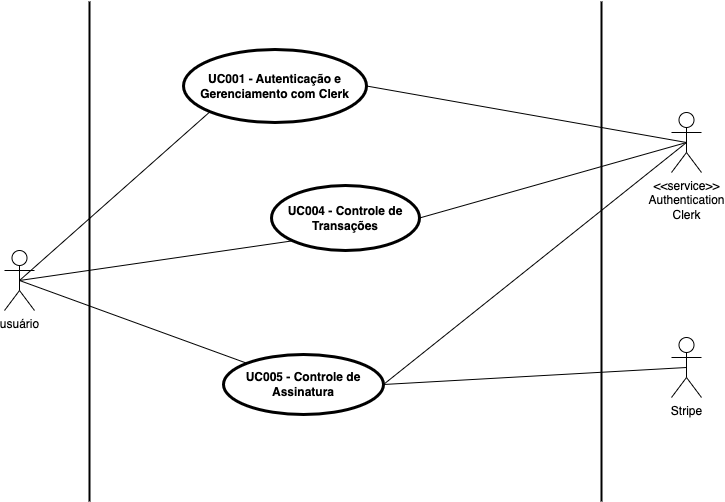
GVBP/CatolicaSC-Portfolio keeps this draw.io diagram as docs/uc_clerk_transacaoes_assinatura.png. Above is the earlier version. Source tidied: cells renumbered, new cells last; positions are measured from the earlier drawing's top-left corner, leaving out a move shared by most shapes.
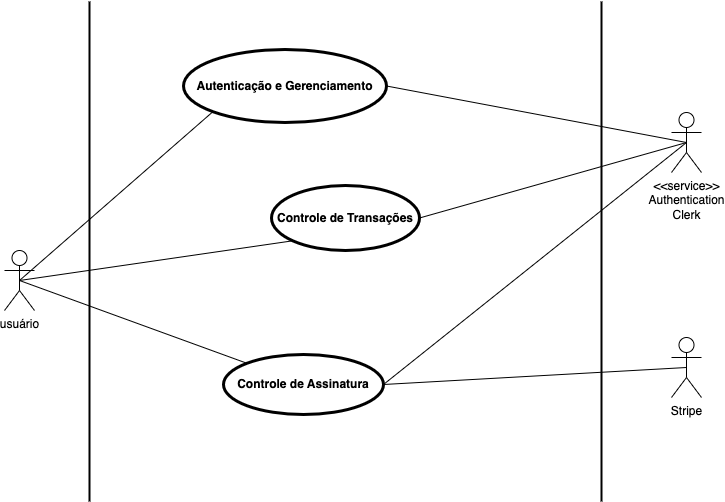
Above is the later version.

Change to the diagram source:
```diff
@@ -29,13 +29,13 @@
     <mxCell id="10" style="line;strokeWidth=2;direction=south;html=1;" parent="1" vertex="1">
       <mxGeometry x="592" width="10" height="500" as="geometry" />
     </mxCell>
-    <mxCell id="11" value="UC001 - Autenticação e Gerenciamento com Clerk" style="shape=ellipse;html=1;strokeWidth=3;fontStyle=1;whiteSpace=wrap;align=center;perimeter=ellipsePerimeter;" parent="1" vertex="1">
-      <mxGeometry x="179" y="48" width="183" height="73" as="geometry" />
+    <mxCell id="11" value="Autenticação e Gerenciamento" style="shape=ellipse;html=1;strokeWidth=3;fontStyle=1;whiteSpace=wrap;align=center;perimeter=ellipsePerimeter;" parent="1" vertex="1">
+      <mxGeometry x="179" y="48" width="203" height="73" as="geometry" />
     </mxCell>
-    <mxCell id="12" value="UC004 - Controle de Transações" style="shape=ellipse;html=1;strokeWidth=3;fontStyle=1;whiteSpace=wrap;align=center;perimeter=ellipsePerimeter;" parent="1" vertex="1">
+    <mxCell id="12" value="Controle de Transações" style="shape=ellipse;html=1;strokeWidth=3;fontStyle=1;whiteSpace=wrap;align=center;perimeter=ellipsePerimeter;" parent="1" vertex="1">
       <mxGeometry x="267" y="184" width="148" height="65" as="geometry" />
     </mxCell>
-    <mxCell id="13" value="UC005 - Controle de Assinatura" style="shape=ellipse;html=1;strokeWidth=3;fontStyle=1;whiteSpace=wrap;align=center;perimeter=ellipsePerimeter;" parent="1" vertex="1">
+    <mxCell id="13" value="Controle de Assinatura" style="shape=ellipse;html=1;strokeWidth=3;fontStyle=1;whiteSpace=wrap;align=center;perimeter=ellipsePerimeter;" parent="1" vertex="1">
       <mxGeometry x="219" y="353" width="160" height="60" as="geometry" />
     </mxCell>
     <mxCell id="14" style="rounded=0;jettySize=auto;html=1;exitX=0.5;exitY=0.5;exitDx=0;exitDy=0;exitPerimeter=0;entryX=0;entryY=0;entryDx=0;entryDy=0;endArrow=none;endFill=0;" parent="1" edge="1" source="4" target="13">
```
